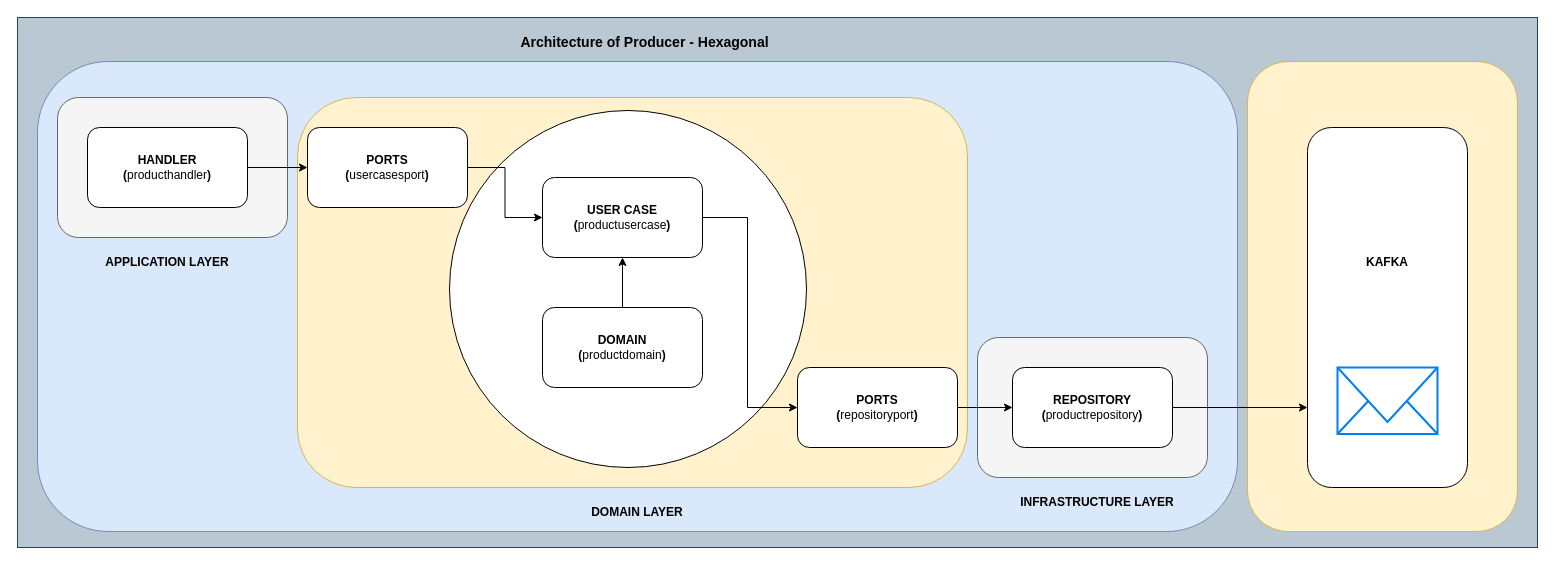
Above: docs_readme/producer.drawio in ciceroednilson/ms-kafka-products-golang (draw.io), before the change. Source tidied: cells renumbered, new cells numbered last; positions are measured from the earlier drawing's top-left corner, leaving out a move shared by most shapes. Both pictures are drawn from the tidied source at 100%, with x=0, y=0 at pixel (17, 17).
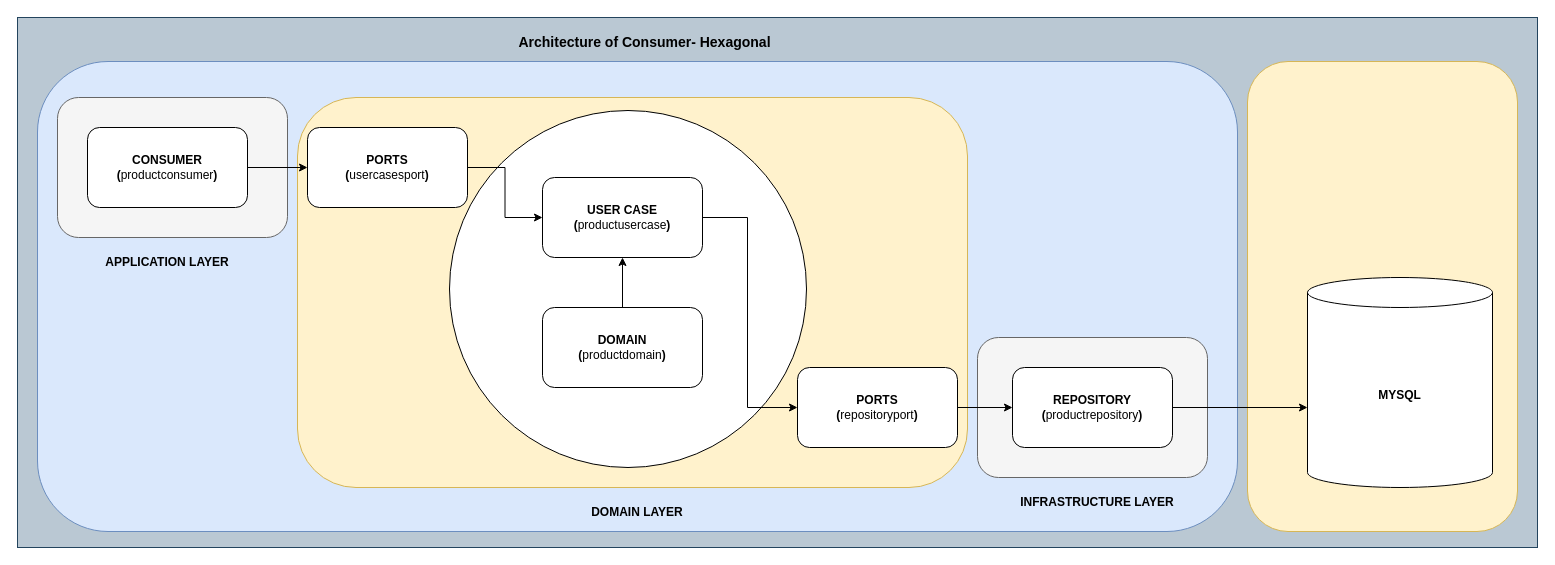
Above is the later version.

What changed in the source:
```diff
@@
-    <mxCell id="4" value="Architecture of Producer - Hexagonal" style="text;html=1;strokeColor=none;fillColor=none;align=center;verticalAlign=middle;whiteSpace=wrap;rounded=0;fontStyle=1;fontSize=14;" parent="1" vertex="1">
+    <mxCell id="4" value="Architecture of Consumer- Hexagonal" style="text;html=1;strokeColor=none;fillColor=none;align=center;verticalAlign=middle;whiteSpace=wrap;rounded=0;fontStyle=1;fontSize=14;" parent="1" vertex="1">
       <mxGeometry x="500" y="10" width="255" height="30" as="geometry" />
     </mxCell>
@@
-    <mxCell id="6" value="&lt;b&gt;HANDLER&lt;br&gt;(&lt;/b&gt;producthandler&lt;b style=&quot;background-color: initial;&quot;&gt;)&lt;/b&gt;" style="rounded=1;whiteSpace=wrap;html=1;" parent="1" vertex="1">
+    <mxCell id="6" value="&lt;b&gt;CONSUMER&lt;br&gt;(&lt;/b&gt;productconsumer&lt;b style=&quot;background-color: initial;&quot;&gt;)&lt;/b&gt;" style="rounded=1;whiteSpace=wrap;html=1;" parent="1" vertex="1">
       <mxGeometry x="70" y="110" width="160" height="80" as="geometry" />
     </mxCell>
@@
-    <mxCell id="17" style="rounded=1;whiteSpace=wrap;html=1;" parent="1" vertex="1">
-      <mxGeometry x="1290" y="110" width="160" height="360" as="geometry" />
-    </mxCell>
-    <mxCell id="18" style="html=1;verticalLabelPosition=bottom;align=center;labelBackgroundColor=#ffffff;verticalAlign=top;strokeWidth=2;strokeColor=#0080F0;shadow=0;dashed=0;shape=mxgraph.ios7.icons.mail;" parent="1" vertex="1">
-      <mxGeometry x="1320" y="350" width="100" height="66.5" as="geometry" />
-    </mxCell>
-    <mxCell id="19" value="KAFKA" style="text;html=1;strokeColor=none;fillColor=none;align=center;verticalAlign=middle;whiteSpace=wrap;rounded=0;fontStyle=1;" parent="1" vertex="1">
-      <mxGeometry x="1340" y="230" width="60" height="30" as="geometry" />
-    </mxCell>
@@
+    <mxCell id="28" value="&lt;b&gt;MYSQL&lt;/b&gt;" style="shape=cylinder3;whiteSpace=wrap;html=1;boundedLbl=1;backgroundOutline=1;size=15;" parent="1" vertex="1">
+      <mxGeometry x="1290" y="260" width="185" height="210" as="geometry" />
+    </mxCell>
```
